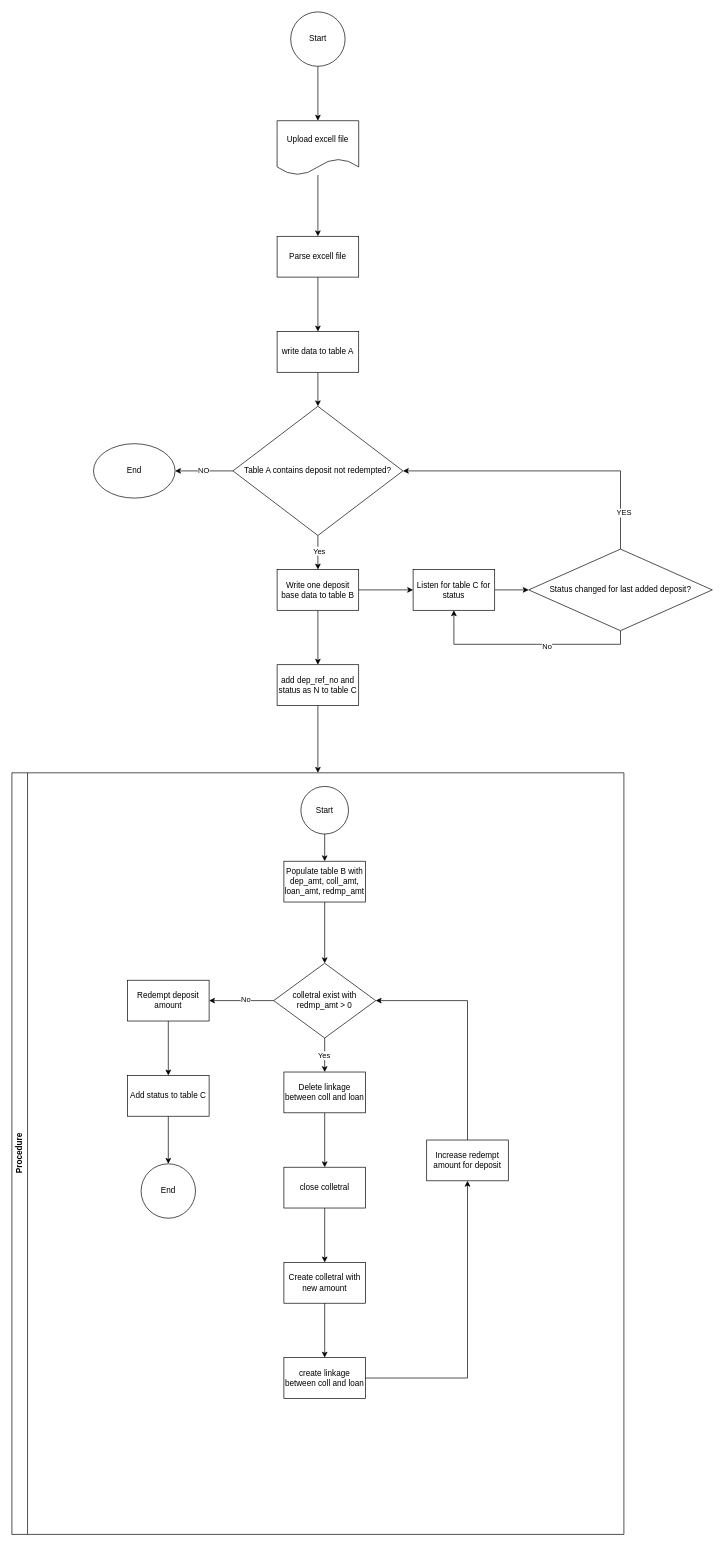
mhasanov1996/diagrams keeps this draw.io diagram as Untitled Diagram.drawio. Above is the earlier version. Source tidied: cells renumbered, new cells numbered last; positions are measured from the earlier drawing's top-left corner, leaving out a move shared by most shapes. Both pictures are drawn from the tidied source at 68%, with x=0, y=0 at pixel (12, 12).
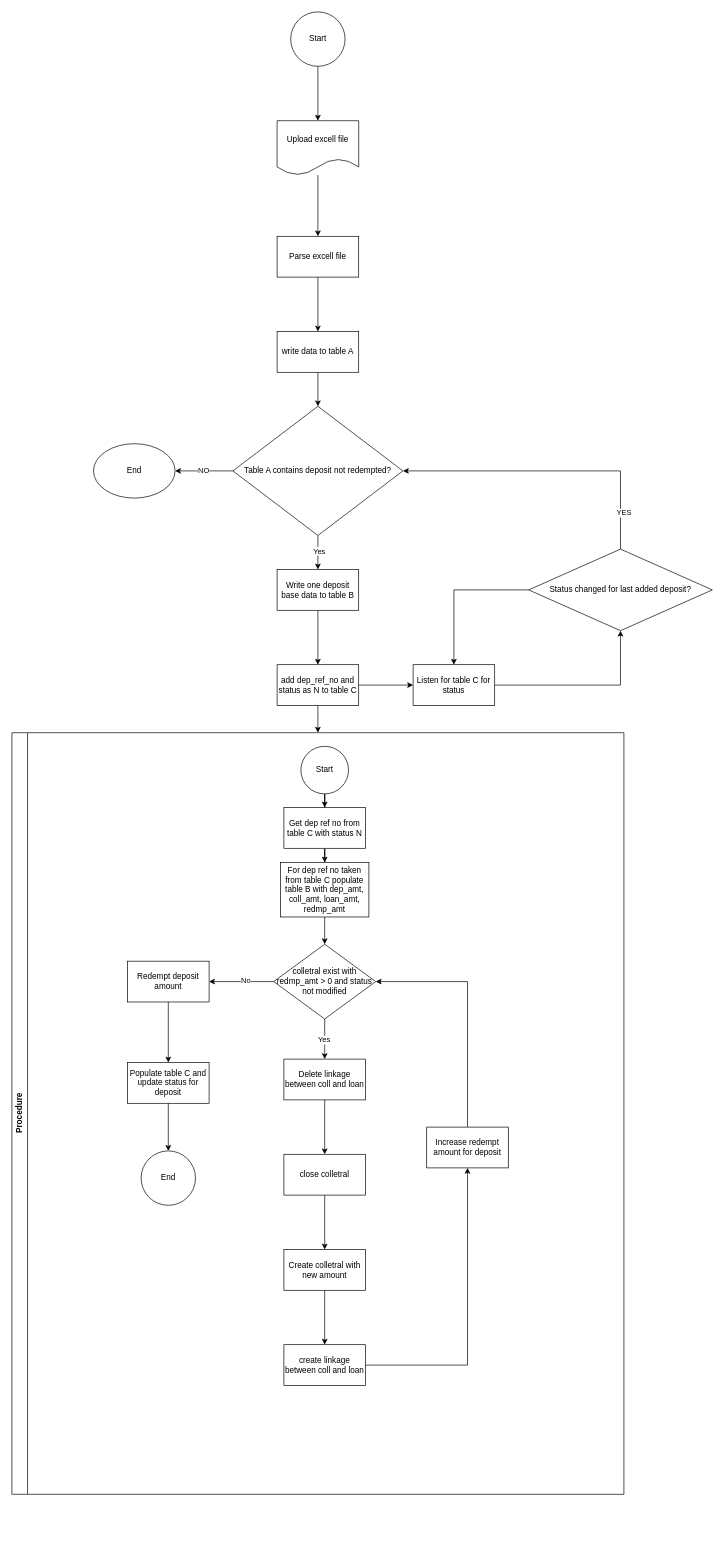
Above is the later version.

Unchanged cells that the change refers to:
```xml
<mxCell id="12" value="Write one deposit base data to table B" style="whiteSpace=wrap;html=1;" parent="1" vertex="1">
  <mxGeometry x="390" y="820" width="120" height="60" as="geometry" />
</mxCell>
<mxCell id="42" value="Start" style="ellipse;whiteSpace=wrap;html=1;" parent="18" vertex="1">
  <mxGeometry x="425" y="20" width="70" height="70" as="geometry" />
</mxCell>
<mxCell id="49" value="Status changed for last added deposit?" style="rhombus;whiteSpace=wrap;html=1;" parent="1" vertex="1">
  <mxGeometry x="760" y="790" width="270" height="120" as="geometry" />
</mxCell>
<mxCell id="51" value="add dep_ref_no and status as N to table C" style="whiteSpace=wrap;html=1;" parent="1" vertex="1">
  <mxGeometry x="390" y="960" width="120" height="60" as="geometry" />
</mxCell>
```

Change to the diagram source:
```diff
@@
-    <mxCell id="10" style="edgeStyle=orthogonalEdgeStyle;rounded=0;jettySize=auto;html=1;" parent="1" edge="1" source="12" target="44">
-      <mxGeometry relative="1" as="geometry" />
-    </mxCell>
@@
     <mxCell id="18" value="Procedure" style="swimlane;horizontal=0;whiteSpace=wrap;html=1;" parent="1" vertex="1">
-      <mxGeometry y="1119" width="900" height="1120" as="geometry" />
+      <mxGeometry y="1060" width="900" height="1120" as="geometry" />
     </mxCell>
+    <mxCell id="21" style="edgeStyle=orthogonalEdgeStyle;rounded=0;jettySize=auto;html=1;" parent="18" edge="1" source="19" target="20">
+      <mxGeometry relative="1" as="geometry" />
+    </mxCell>
-    <mxCell id="19" value="Populate table B with dep_amt, coll_amt, loan_amt, redmp_amt" style="whiteSpace=wrap;html=1;" parent="18" vertex="1">
-      <mxGeometry x="400" y="130" width="120" height="60" as="geometry" />
+    <mxCell id="19" value="For dep ref no taken from table C populate table B with dep_amt, coll_amt, loan_amt, redmp_amt" style="whiteSpace=wrap;html=1;" parent="18" vertex="1">
+      <mxGeometry x="395" y="191" width="130" height="80" as="geometry" />
     </mxCell>
-    <mxCell id="20" value="colletral exist with redmp_amt &amp;gt; 0" style="rhombus;whiteSpace=wrap;html=1;" parent="18" vertex="1">
-      <mxGeometry x="385" y="280" width="150" height="110" as="geometry" />
+    <mxCell id="20" value="colletral exist with redmp_amt &amp;gt; 0 and status not modified" style="rhombus;whiteSpace=wrap;html=1;" parent="18" vertex="1">
+      <mxGeometry x="385" y="311" width="150" height="110" as="geometry" />
     </mxCell>
-    <mxCell id="21" style="edgeStyle=orthogonalEdgeStyle;rounded=0;jettySize=auto;html=1;" parent="18" edge="1" source="19" target="20">
-      <mxGeometry relative="1" as="geometry" />
-    </mxCell>
     <mxCell id="22" value="Delete linkage between coll and loan" style="whiteSpace=wrap;html=1;" parent="18" vertex="1">
-      <mxGeometry x="400" y="440" width="120" height="60" as="geometry" />
+      <mxGeometry x="400" y="480" width="120" height="60" as="geometry" />
     </mxCell>
@@
     <mxCell id="25" value="close colletral" style="whiteSpace=wrap;html=1;" parent="18" vertex="1">
-      <mxGeometry x="400" y="580" width="120" height="60" as="geometry" />
+      <mxGeometry x="400" y="620" width="120" height="60" as="geometry" />
     </mxCell>
@@
     <mxCell id="27" value="Create colletral with new amount" style="whiteSpace=wrap;html=1;" parent="18" vertex="1">
-      <mxGeometry x="400" y="720" width="120" height="60" as="geometry" />
+      <mxGeometry x="400" y="760" width="120" height="60" as="geometry" />
     </mxCell>
@@
     <mxCell id="29" value="create linkage between coll and loan" style="whiteSpace=wrap;html=1;" parent="18" vertex="1">
-      <mxGeometry x="400" y="860" width="120" height="60" as="geometry" />
+      <mxGeometry x="400" y="900" width="120" height="60" as="geometry" />
     </mxCell>
@@
     <mxCell id="31" style="edgeStyle=orthogonalEdgeStyle;rounded=0;jettySize=auto;html=1;entryX=1;entryY=0.5;entryDx=0;entryDy=0;" parent="18" edge="1" source="32" target="20">
       <mxGeometry relative="1" as="geometry">
         <Array as="points">
-          <mxPoint x="670" y="335" />
+          <mxPoint x="670" y="366" />
         </Array>
       </mxGeometry>
     </mxCell>
     <mxCell id="32" value="Increase redempt amount for deposit" style="rounded=0;whiteSpace=wrap;html=1;" parent="18" vertex="1">
-      <mxGeometry x="610" y="540" width="120" height="60" as="geometry" />
+      <mxGeometry x="610" y="580" width="120" height="60" as="geometry" />
     </mxCell>
@@
     <mxCell id="34" value="Redempt deposit &lt;br&gt;amount&lt;br&gt;" style="whiteSpace=wrap;html=1;" parent="18" vertex="1">
-      <mxGeometry x="170" y="305" width="120" height="60" as="geometry" />
+      <mxGeometry x="170" y="336" width="120" height="60" as="geometry" />
     </mxCell>
@@
-    <mxCell id="37" value="Add status to table C" style="whiteSpace=wrap;html=1;" parent="18" vertex="1">
-      <mxGeometry x="170" y="445" width="120" height="60" as="geometry" />
+    <mxCell id="37" value="Populate table C and update status for deposit" style="whiteSpace=wrap;html=1;" parent="18" vertex="1">
+      <mxGeometry x="170" y="485" width="120" height="60" as="geometry" />
     </mxCell>
@@
     <mxCell id="39" value="End" style="ellipse;whiteSpace=wrap;html=1;" parent="18" vertex="1">
-      <mxGeometry x="190" y="575" width="80" height="80" as="geometry" />
+      <mxGeometry x="190" y="615" width="80" height="80" as="geometry" />
     </mxCell>
@@
-    <mxCell id="41" style="edgeStyle=orthogonalEdgeStyle;rounded=0;jettySize=auto;html=1;" parent="18" edge="1" source="42" target="19">
-      <mxGeometry relative="1" as="geometry" />
-    </mxCell>
+    <mxCell id="52" style="edgeStyle=orthogonalEdgeStyle;rounded=0;jettySize=auto;html=1;entryX=0.5;entryY=0;entryDx=0;entryDy=0;" parent="18" edge="1" source="42" target="54">
+      <mxGeometry relative="1" as="geometry" />
+    </mxCell>
@@
+    <mxCell id="53" style="edgeStyle=orthogonalEdgeStyle;rounded=0;jettySize=auto;html=1;entryX=0.5;entryY=0;entryDx=0;entryDy=0;" parent="18" edge="1" source="54" target="19">
+      <mxGeometry relative="1" as="geometry" />
+    </mxCell>
+    <mxCell id="54" value="Get dep ref no from table C with status N" style="rounded=0;whiteSpace=wrap;html=1;" parent="18" vertex="1">
+      <mxGeometry x="400" y="110" width="120" height="60" as="geometry" />
+    </mxCell>
@@
     <mxCell id="44" value="Listen for table C for status" style="whiteSpace=wrap;html=1;" parent="1" vertex="1">
-      <mxGeometry x="590" y="820" width="120" height="60" as="geometry" />
+      <mxGeometry x="590" y="960" width="120" height="60" as="geometry" />
     </mxCell>
@@
-    <mxCell id="47" style="edgeStyle=orthogonalEdgeStyle;rounded=0;jettySize=auto;html=1;entryX=0.5;entryY=1;entryDx=0;entryDy=0;" parent="1" edge="1" source="49" target="44">
-      <mxGeometry relative="1" as="geometry">
-        <Array as="points">
-          <mxPoint x="895" y="930" />
-          <mxPoint x="650" y="930" />
-        </Array>
-      </mxGeometry>
-    </mxCell>
-    <mxCell id="48" value="No" style="edgeLabel;html=1;align=center;verticalAlign=middle;" parent="47" vertex="1">
-      <mxGeometry x="-0.18" y="2" relative="1" as="geometry" />
-    </mxCell>
@@
+    <mxCell id="55" style="edgeStyle=orthogonalEdgeStyle;rounded=0;jettySize=auto;html=1;entryX=0;entryY=0.5;entryDx=0;entryDy=0;" parent="1" edge="1" source="51" target="44">
+      <mxGeometry relative="1" as="geometry" />
+    </mxCell>
@@
+    <mxCell id="47" style="edgeStyle=orthogonalEdgeStyle;rounded=0;jettySize=auto;html=1;entryX=0.5;entryY=0;entryDx=0;entryDy=0;" parent="1" edge="1" source="49" target="44">
+      <mxGeometry relative="1" as="geometry" />
+    </mxCell>
```
